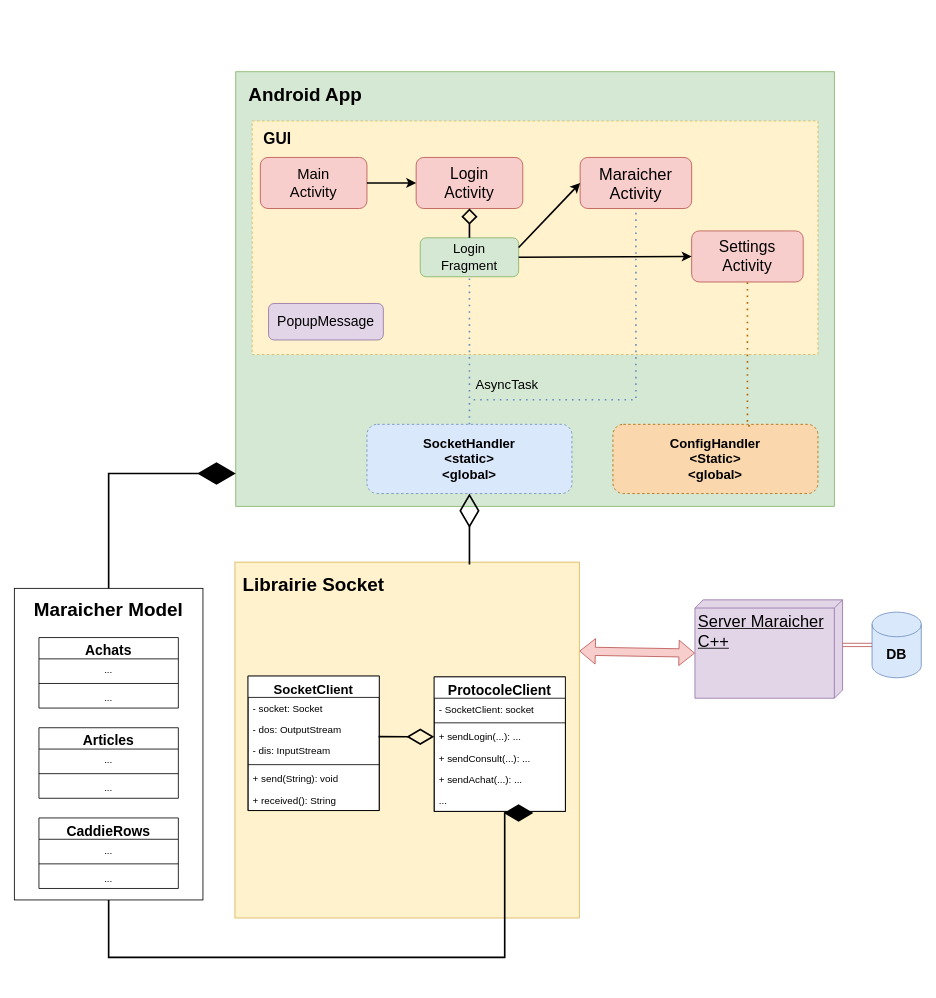
The draw.io diagram .Documentation/.Mobile_Schema/AppMobile.drawio in bastin-thomas/Fruit_MarketPlace_Secured, before the edit. Source tidied: cells renumbered, new cells numbered last; positions are measured from the earlier drawing's top-left corner, leaving out a move shared by most shapes. Both pictures are drawn from the tidied source at 82%, with x=0, y=0 at pixel (14, 14).
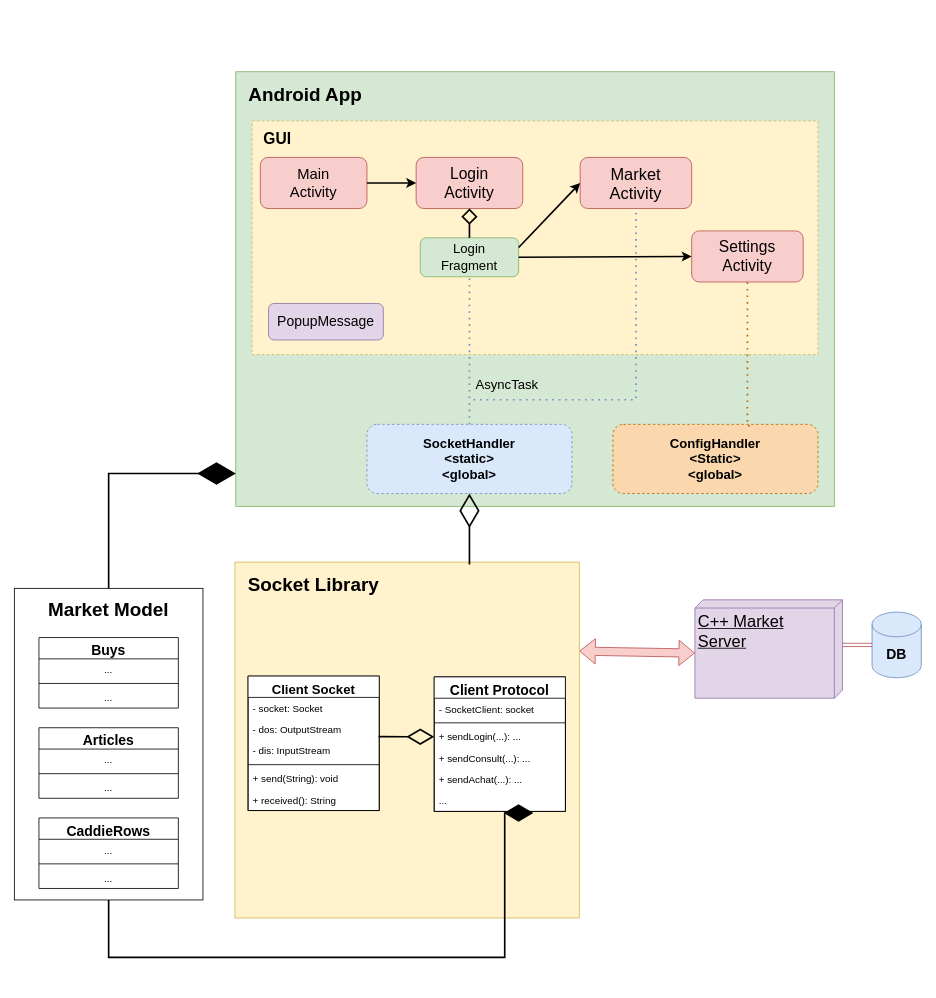
The same diagram, later.

The change refers to these unchanged cells:
```xml
<mxCell id="6" style="group;" parent="2" vertex="1">
  <mxGeometry x="20" y="130" width="690" height="320.5" as="geometry" />
</mxCell>
<mxCell id="28" style="group;dashed=1;" parent="1" vertex="1">
  <mxGeometry x="269" y="668" width="420" height="434" as="geometry" />
</mxCell>
<mxCell id="31" style="group;" parent="28" vertex="1">
  <mxGeometry x="16" y="139" width="160" height="164" as="geometry" />
</mxCell>
<mxCell id="40" style="group;" parent="28" vertex="1">
  <mxGeometry x="243" y="140" width="160" height="164" as="geometry" />
</mxCell>
<mxCell id="51" style="group;" parent="1" vertex="1">
  <mxGeometry y="700" width="230" height="380" as="geometry" />
</mxCell>
```

What changed in the source:
```diff
@@
-    <mxCell id="16" value="&lt;font style=&quot;font-size: 20px;&quot;&gt;Maraicher Activity&lt;/font&gt;" style="rounded=1;whiteSpace=wrap;html=1;fillColor=#f8cecc;strokeColor=#b85450;" parent="6" vertex="1">
+    <mxCell id="16" value="&lt;font style=&quot;font-size: 20px;&quot;&gt;Market&lt;br&gt;Activity&lt;/font&gt;" style="rounded=1;whiteSpace=wrap;html=1;fillColor=#f8cecc;strokeColor=#b85450;" parent="6" vertex="1">
       <mxGeometry x="400" y="44.5" width="136" height="62.3" as="geometry" />
     </mxCell>
@@
-    <mxCell id="23" value="&lt;font style=&quot;font-size: 20px;&quot;&gt;Server Maraicher C++&lt;/font&gt;" style="verticalAlign=top;align=left;spacingTop=8;spacingLeft=2;spacingRight=12;shape=cube;size=10;direction=south;fontStyle=4;html=1;whiteSpace=wrap;fillColor=#e1d5e7;strokeColor=#9673a6;" parent="1" vertex="1">
+    <mxCell id="23" value="&lt;font style=&quot;font-size: 20px;&quot;&gt;C++ Market Server&lt;/font&gt;" style="verticalAlign=top;align=left;spacingTop=8;spacingLeft=2;spacingRight=12;shape=cube;size=10;direction=south;fontStyle=4;html=1;whiteSpace=wrap;fillColor=#e1d5e7;strokeColor=#9673a6;" parent="1" vertex="1">
       <mxGeometry x="830" y="714" width="180" height="120" as="geometry" />
     </mxCell>
@@
-    <mxCell id="30" value="Librairie Socket" style="text;html=1;strokeColor=none;fillColor=none;align=center;verticalAlign=middle;whiteSpace=wrap;rounded=0;fontStyle=1;fontSize=23;" parent="28" vertex="1">
+    <mxCell id="30" value="Socket Library" style="text;html=1;strokeColor=none;fillColor=none;align=center;verticalAlign=middle;whiteSpace=wrap;rounded=0;fontStyle=1;fontSize=23;" parent="28" vertex="1">
       <mxGeometry x="6" y="5.4" width="180" height="44.6" as="geometry" />
     </mxCell>
@@
-    <mxCell id="33" value="&lt;font style=&quot;font-size: 16px;&quot;&gt;SocketClient&lt;/font&gt;" style="swimlane;fontStyle=1;align=center;verticalAlign=top;horizontal=1;startSize=26;whiteSpace=wrap;html=1;" parent="31" vertex="1">
+    <mxCell id="33" value="&lt;font style=&quot;font-size: 16px;&quot;&gt;Client Socket&lt;/font&gt;" style="swimlane;fontStyle=1;align=center;verticalAlign=top;horizontal=1;startSize=26;whiteSpace=wrap;html=1;" parent="31" vertex="1">
       <mxGeometry width="160" height="164" as="geometry" />
     </mxCell>
@@
-    <mxCell id="42" value="&lt;font style=&quot;font-size: 17px;&quot;&gt;ProtocoleClient&lt;/font&gt;" style="swimlane;fontStyle=1;align=center;verticalAlign=top;horizontal=1;startSize=26;whiteSpace=wrap;html=1;" parent="40" vertex="1">
+    <mxCell id="42" value="&lt;font style=&quot;font-size: 17px;&quot;&gt;Client Protocol&lt;/font&gt;" style="swimlane;fontStyle=1;align=center;verticalAlign=top;horizontal=1;startSize=26;whiteSpace=wrap;html=1;" parent="40" vertex="1">
       <mxGeometry width="160" height="164" as="geometry" />
     </mxCell>
@@
-    <mxCell id="53" value="Maraicher Model" style="text;html=1;strokeColor=none;fillColor=none;align=center;verticalAlign=middle;whiteSpace=wrap;rounded=0;fontStyle=1;fontSize=23;" parent="51" vertex="1">
+    <mxCell id="53" value="Market Model" style="text;html=1;strokeColor=none;fillColor=none;align=center;verticalAlign=middle;whiteSpace=wrap;rounded=0;fontStyle=1;fontSize=23;" parent="51" vertex="1">
       <mxGeometry x="5" y="6" width="220" height="40" as="geometry" />
     </mxCell>
-    <mxCell id="54" value="&lt;font style=&quot;font-size: 17px;&quot;&gt;Achats&lt;/font&gt;" style="swimlane;fontStyle=1;align=center;verticalAlign=top;horizontal=1;startSize=26;whiteSpace=wrap;html=1;" parent="51" vertex="1">
+    <mxCell id="54" value="&lt;font style=&quot;font-size: 17px;&quot;&gt;Buys&lt;/font&gt;" style="swimlane;fontStyle=1;align=center;verticalAlign=top;horizontal=1;startSize=26;whiteSpace=wrap;html=1;" parent="51" vertex="1">
       <mxGeometry x="30" y="60" width="170" height="86" as="geometry" />
     </mxCell>
```
